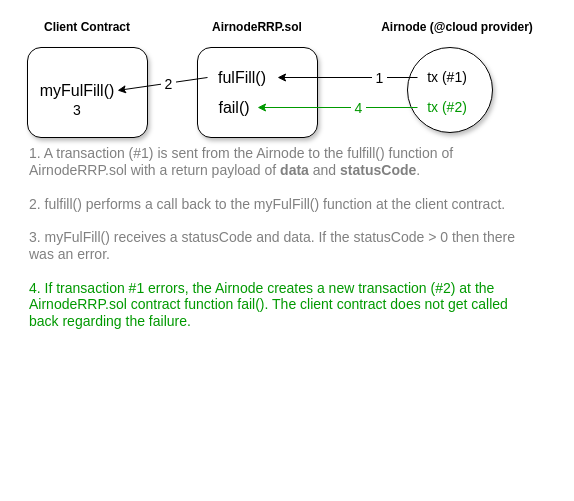
api3dao/old-api3-docs keeps this draw.io diagram as docs/airnode/next/assets/diagrams/request-outcomes.drawio. Above is the earlier version. Source tidied: cells renumbered, new cells numbered last; positions are measured from the earlier drawing's top-left corner, leaving out a move shared by most shapes. Both pictures are drawn from the tidied source at 100%, with x=0, y=0 at pixel (17, 17).
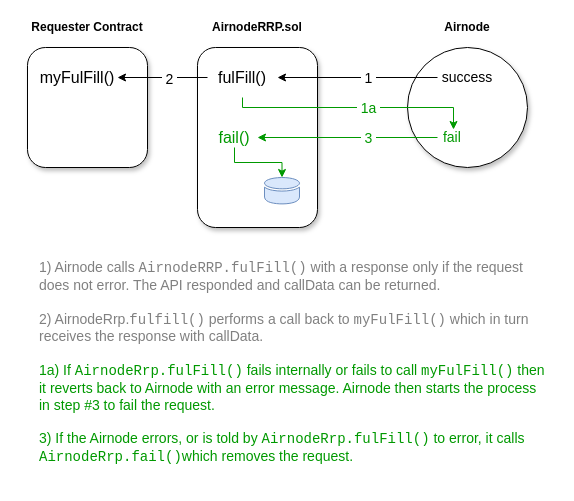
Above is the later version.

The change refers to these unchanged cells:
```xml
<mxCell id="9" value="&lt;font style=&quot;font-size: 16px&quot;&gt;fulFill()&lt;/font&gt;" style="text;html=1;strokeColor=none;fillColor=none;align=center;verticalAlign=middle;whiteSpace=wrap;rounded=0;shadow=1;fontSize=14;" parent="1" vertex="1">
  <mxGeometry x="190" y="40" width="70" height="40" as="geometry" />
</mxCell>
<mxCell id="18" style="edgeStyle=orthogonalEdgeStyle;rounded=0;jettySize=auto;html=1;fontSize=14;entryX=1;entryY=0.5;entryDx=0;entryDy=0;exitX=0;exitY=0.5;exitDx=0;exitDy=0;" parent="1" edge="1" source="17" target="9">
  <mxGeometry relative="1" as="geometry" />
</mxCell>
```

The edit, as a diff of the source:
```diff
@@
     <mxCell id="2" style="rounded=1;whiteSpace=wrap;html=1;align=center;verticalAlign=middle;fontSize=14;shadow=1;" parent="1" vertex="1">
-      <mxGeometry x="10" y="30" width="120" height="90" as="geometry" />
+      <mxGeometry x="10" y="30" width="120" height="120" as="geometry" />
     </mxCell>
-    <mxCell id="3" value="Client Contract" style="text;html=1;strokeColor=none;fillColor=none;align=center;verticalAlign=middle;whiteSpace=wrap;rounded=0;fontStyle=1;" parent="1" vertex="1">
+    <mxCell id="3" value="Requester Contract" style="text;html=1;strokeColor=none;fillColor=none;align=center;verticalAlign=middle;whiteSpace=wrap;rounded=0;fontStyle=1;" parent="1" vertex="1">
       <mxGeometry width="140" height="20" as="geometry" />
     </mxCell>
-    <mxCell id="4" style="edgeStyle=orthogonalEdgeStyle;rounded=0;orthogonalLoop=1;jettySize=auto;html=1;exitX=0.5;exitY=1;exitDx=0;exitDy=0;fontSize=14;" parent="1" edge="1" source="2" target="2">
-      <mxGeometry relative="1" as="geometry" />
+    <mxCell id="4" style="edgeStyle=orthogonalEdgeStyle;rounded=0;orthogonalLoop=1;jettySize=auto;html=1;exitX=0.5;exitY=1;exitDx=0;exitDy=0;fontSize=14;" parent="1" edge="1">
+      <mxGeometry relative="1" as="geometry">
+        <mxPoint x="70" y="170" as="sourcePoint" />
+        <mxPoint x="70" y="170" as="targetPoint" />
+      </mxGeometry>
     </mxCell>
     <mxCell id="5" value="&lt;font style=&quot;font-size: 16px&quot;&gt;&lt;br&gt;&lt;/font&gt;" style="rounded=1;whiteSpace=wrap;html=1;fontSize=14;align=center;verticalAlign=middle;shadow=1;" parent="1" vertex="1">
-      <mxGeometry x="180" y="30" width="120" height="90" as="geometry" />
+      <mxGeometry x="180" y="30" width="120" height="180" as="geometry" />
     </mxCell>
@@
-    <mxCell id="7" value="Airnode (@cloud provider)" style="text;html=1;strokeColor=none;fillColor=none;align=center;verticalAlign=middle;whiteSpace=wrap;rounded=0;fontStyle=1;" parent="1" vertex="1">
-      <mxGeometry x="350" width="180" height="20" as="geometry" />
+    <mxCell id="7" value="Airnode" style="text;html=1;strokeColor=none;fillColor=none;align=center;verticalAlign=middle;whiteSpace=wrap;rounded=0;fontStyle=1;" parent="1" vertex="1">
+      <mxGeometry x="360" width="180" height="20" as="geometry" />
     </mxCell>
     <mxCell id="8" style="ellipse;whiteSpace=wrap;html=1;fontSize=14;align=center;shadow=1;" parent="1" vertex="1">
-      <mxGeometry x="390" y="30" width="85" height="85" as="geometry" />
+      <mxGeometry x="390" y="30" width="120" height="120" as="geometry" />
     </mxCell>
@@
-    <mxCell id="10" value="&lt;font color=&quot;#808080&quot;&gt;1. A transaction (#1) is sent from the Airnode to the fulfill() function of AirnodeRRP.sol with a return payload of &lt;b&gt;data&lt;/b&gt; and &lt;b&gt;statusCode&lt;/b&gt;.&lt;br&gt;&lt;br&gt;2. fulfill() performs a call back to the myFulFill() function at the client contract.&lt;br&gt;&lt;br&gt;3.&amp;nbsp;&lt;/font&gt;&lt;font color=&quot;#808080&quot;&gt;myFulFill() receives a statusCode and data. If the statusCode &amp;gt; 0 then there was an error.&amp;nbsp;&lt;/font&gt;&lt;br&gt;&lt;br&gt;&lt;font color=&quot;#009900&quot;&gt;4. If transaction #1 errors, the Airnode creates a new transaction (#2) at the AirnodeRRP.sol contract function fail(). The client contract does not get called back regarding the failure.&lt;/font&gt;" style="text;html=1;strokeColor=none;fillColor=none;align=left;verticalAlign=middle;whiteSpace=wrap;rounded=0;shadow=1;fontSize=14;" parent="1" vertex="1">
-      <mxGeometry x="10" y="130" width="505" height="180" as="geometry" />
+    <mxCell id="10" value="&lt;font style=&quot;font-size: 14px&quot;&gt;&lt;font color=&quot;#808080&quot; style=&quot;font-size: 14px&quot;&gt;1) Airnode calls &lt;/font&gt;&lt;font face=&quot;Courier New&quot; style=&quot;color: rgb(128 , 128 , 128) ; font-size: 14px&quot;&gt;AirnodeRRP.fulFill()&lt;/font&gt;&lt;font color=&quot;#808080&quot; style=&quot;font-size: 14px&quot;&gt; with a response&amp;nbsp;only if the request does not error. The API responded and callData can be returned.&lt;/font&gt;&lt;br&gt;&lt;br&gt;&lt;font color=&quot;#808080&quot; style=&quot;font-size: 14px&quot;&gt;2) AirnodeRrp.&lt;/font&gt;&lt;font face=&quot;Courier New&quot; style=&quot;color: rgb(128 , 128 , 128) ; font-size: 14px&quot;&gt;fulfill()&lt;/font&gt;&lt;font color=&quot;#808080&quot; style=&quot;font-size: 14px&quot;&gt; performs a call back to&amp;nbsp;&lt;/font&gt;&lt;font face=&quot;Courier New&quot; style=&quot;color: rgb(128 , 128 , 128) ; font-size: 14px&quot;&gt;myFulFill()&lt;/font&gt;&lt;font color=&quot;#808080&quot; style=&quot;font-size: 14px&quot;&gt;&amp;nbsp;which in turn receives the response with callData.&lt;/font&gt;&lt;br&gt;&lt;br&gt;&lt;font color=&quot;#009900&quot; style=&quot;font-size: 14px&quot;&gt;1a) If&amp;nbsp;&lt;font face=&quot;Courier New&quot; style=&quot;font-size: 14px&quot;&gt;AirnodeRrp.fulFill()&lt;/font&gt;&amp;nbsp;fails internally or fails to call&amp;nbsp;&lt;font face=&quot;Courier New&quot; style=&quot;font-size: 14px&quot;&gt;myFulFill()&lt;/font&gt;&amp;nbsp;then it reverts back to Airnode with an error message. Airnode then starts the process in step #3 to fail the request.&lt;/font&gt;&lt;br&gt;&amp;nbsp;&lt;br&gt;&lt;font color=&quot;#009900&quot; style=&quot;font-size: 14px&quot;&gt;3) If the Airnode errors, or is told by &lt;font face=&quot;Courier New&quot; style=&quot;font-size: 14px&quot;&gt;AirnodeRrp.fulFill()&lt;/font&gt; to error&lt;font style=&quot;font-size: 14px&quot;&gt;, it calls &lt;font face=&quot;Courier New&quot; style=&quot;font-size: 14px&quot;&gt;AirnodeRrp.fail()&lt;/font&gt;which&lt;/font&gt;&lt;/font&gt;&lt;/font&gt;&lt;font color=&quot;#009900&quot; style=&quot;font-size: 14px&quot;&gt;&lt;font style=&quot;font-size: 14px&quot;&gt;&lt;font style=&quot;font-size: 14px&quot;&gt;&amp;nbsp;re&lt;/font&gt;moves the request.&lt;/font&gt;&lt;br&gt;&lt;/font&gt;" style="text;html=1;strokeColor=none;fillColor=none;align=left;verticalAlign=middle;whiteSpace=wrap;rounded=0;shadow=1;fontSize=14;" parent="1" vertex="1">
+      <mxGeometry x="20" y="230" width="510" height="230" as="geometry" />
     </mxCell>
     <mxCell id="11" value="&lt;font style=&quot;font-size: 16px&quot;&gt;myFulFill()&lt;/font&gt;" style="text;html=1;strokeColor=none;fillColor=none;align=center;verticalAlign=middle;whiteSpace=wrap;rounded=0;shadow=1;fontSize=14;" parent="1" vertex="1">
-      <mxGeometry x="20" y="63" width="80" height="20" as="geometry" />
+      <mxGeometry x="20" y="50" width="80" height="20" as="geometry" />
     </mxCell>
@@
-    <mxCell id="14" value="&lt;font style=&quot;font-size: 16px&quot;&gt;fail()&lt;/font&gt;" style="text;html=1;strokeColor=none;fillColor=none;align=center;verticalAlign=middle;whiteSpace=wrap;rounded=0;shadow=1;fontSize=14;" parent="1" vertex="1">
-      <mxGeometry x="187" y="70" width="60" height="40" as="geometry" />
+    <mxCell id="14" value="&lt;font style=&quot;font-size: 16px&quot; color=&quot;#009900&quot;&gt;fail()&lt;/font&gt;" style="text;html=1;strokeColor=none;fillColor=none;align=center;verticalAlign=middle;whiteSpace=wrap;rounded=0;shadow=1;fontSize=14;" parent="1" vertex="1">
+      <mxGeometry x="187" y="110" width="60" height="20" as="geometry" />
     </mxCell>
-    <mxCell id="15" value="3" style="text;html=1;strokeColor=none;fillColor=none;align=center;verticalAlign=middle;whiteSpace=wrap;rounded=0;shadow=1;fontSize=14;" parent="1" vertex="1">
-      <mxGeometry x="40" y="83" width="40" height="20" as="geometry" />
-    </mxCell>
-    <mxCell id="16" value="tx (#2)" style="text;html=1;strokeColor=none;fillColor=none;align=center;verticalAlign=middle;whiteSpace=wrap;rounded=0;shadow=1;fontSize=14;fontColor=#009900;" parent="1" vertex="1">
-      <mxGeometry x="400" y="80" width="60" height="20" as="geometry" />
+    <mxCell id="16" value="&amp;nbsp;fail" style="text;html=1;strokeColor=none;fillColor=none;align=left;verticalAlign=middle;whiteSpace=wrap;rounded=0;shadow=1;fontSize=14;fontColor=#009900;" parent="1" vertex="1">
+      <mxGeometry x="420" y="110" width="60" height="20" as="geometry" />
     </mxCell>
-    <mxCell id="17" value="tx (#1)" style="text;html=1;strokeColor=none;fillColor=none;align=center;verticalAlign=middle;whiteSpace=wrap;rounded=0;shadow=1;fontSize=14;" parent="1" vertex="1">
-      <mxGeometry x="400" y="50" width="60" height="20" as="geometry" />
+    <mxCell id="17" value="success" style="text;html=1;strokeColor=none;fillColor=none;align=center;verticalAlign=middle;whiteSpace=wrap;rounded=0;shadow=1;fontSize=14;" parent="1" vertex="1">
+      <mxGeometry x="420" y="50" width="60" height="20" as="geometry" />
     </mxCell>
@@
     <mxCell id="19" value="&amp;nbsp;1&amp;nbsp;" style="edgeLabel;html=1;align=center;verticalAlign=middle;fontSize=14;" parent="18" vertex="1">
-      <mxGeometry x="-0.44" relative="1" as="geometry" />
+      <mxGeometry x="-0.44" relative="1" as="geometry">
+        <mxPoint x="-25" as="offset" />
+      </mxGeometry>
     </mxCell>
     <mxCell id="20" style="endArrow=classic;html=1;fontSize=14;strokeColor=#009900;fontColor=#FF3333;exitX=0;exitY=0.5;exitDx=0;exitDy=0;" parent="1" edge="1" source="16">
       <mxGeometry relative="1" as="geometry">
-        <mxPoint x="240" y="90" as="targetPoint" />
+        <mxPoint x="240" y="120" as="targetPoint" />
       </mxGeometry>
     </mxCell>
-    <mxCell id="21" value="&lt;font color=&quot;#009900&quot;&gt;&amp;nbsp;4&amp;nbsp;&lt;/font&gt;" style="edgeLabel;html=1;align=center;verticalAlign=middle;fontSize=14;" parent="20" vertex="1">
-      <mxGeometry x="-0.25" relative="1" as="geometry" />
+    <mxCell id="21" value="&lt;font color=&quot;#009900&quot;&gt;&amp;nbsp;3&amp;nbsp;&lt;/font&gt;" style="edgeLabel;html=1;align=center;verticalAlign=middle;fontSize=14;" parent="20" vertex="1">
+      <mxGeometry x="-0.25" relative="1" as="geometry">
+        <mxPoint x="-2" as="offset" />
+      </mxGeometry>
     </mxCell>
+    <mxCell id="22" style="endArrow=classic;html=1;rounded=0;strokeColor=#009900;edgeStyle=orthogonalEdgeStyle;exitX=0.5;exitY=1;exitDx=0;exitDy=0;" parent="1" edge="1" source="9">
+      <mxGeometry relative="1" as="geometry">
+        <mxPoint x="436" y="112" as="targetPoint" />
+        <Array as="points">
+          <mxPoint x="225" y="90" />
+          <mxPoint x="436" y="90" />
+        </Array>
+      </mxGeometry>
+    </mxCell>
+    <mxCell id="23" value="&lt;font style=&quot;font-size: 14px&quot; color=&quot;#009900&quot;&gt;&amp;nbsp;1a&amp;nbsp;&lt;/font&gt;" style="edgeLabel;html=1;align=center;verticalAlign=middle;" parent="22" vertex="1">
+      <mxGeometry x="-0.07" relative="1" as="geometry">
+        <mxPoint x="22" as="offset" />
+      </mxGeometry>
+    </mxCell>
+    <mxCell id="24" style="sketch=0;shadow=0;dashed=0;html=1;strokeColor=#6c8ebf;fillColor=#dae8fc;labelPosition=center;verticalLabelPosition=bottom;verticalAlign=top;outlineConnect=0;align=center;shape=mxgraph.office.databases.database_mini_1;" parent="1" vertex="1">
+      <mxGeometry x="247" y="160" width="35" height="27" as="geometry" />
+    </mxCell>
+    <mxCell id="25" style="endArrow=none;html=1;rounded=0;strokeColor=#009900;edgeStyle=orthogonalEdgeStyle;entryX=0.5;entryY=1;entryDx=0;entryDy=0;endFill=0;startArrow=classic;startFill=1;" parent="1" edge="1" source="24" target="14">
+      <mxGeometry relative="1" as="geometry" />
+    </mxCell>
```
